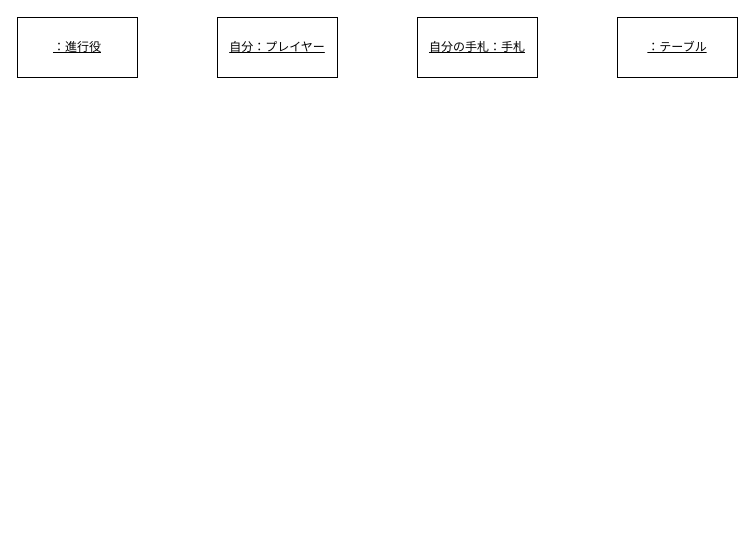
Above: src/Work6/Work6-6.drawio in ucsaeki/naze_java (draw.io), before the change. Source tidied: cells renumbered, new cells numbered last; positions are measured from the earlier drawing's top-left corner, leaving out a move shared by most shapes. Both pictures are drawn from the tidied source at 100%, with x=0, y=0 at pixel (17, 17).
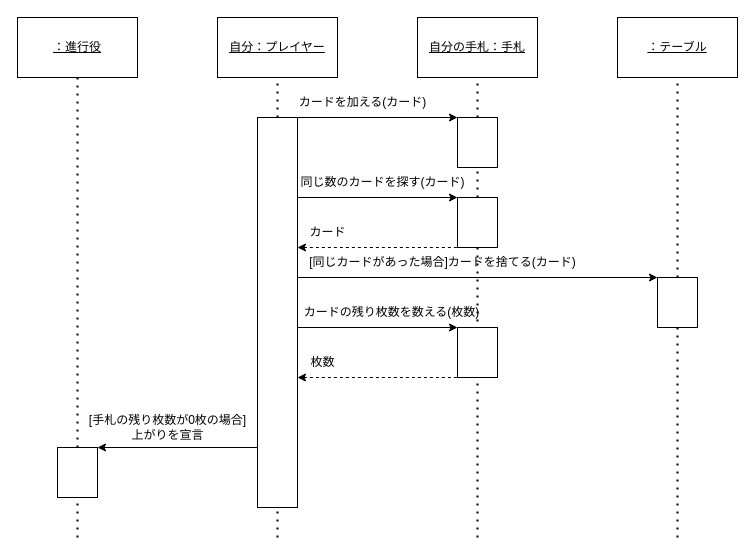
The same diagram, later.

The change refers to these unchanged cells:
```xml
<mxCell id="2" value="：進行役" style="rounded=0;whiteSpace=wrap;html=1;fontStyle=4;" parent="1" vertex="1">
  <mxGeometry width="120" height="60" as="geometry" />
</mxCell>
<mxCell id="3" value="自分：プレイヤー" style="rounded=0;whiteSpace=wrap;html=1;fontStyle=4;" parent="1" vertex="1">
  <mxGeometry x="200" width="120" height="60" as="geometry" />
</mxCell>
<mxCell id="4" value="自分の手札：手札" style="rounded=0;whiteSpace=wrap;html=1;fontStyle=4;" parent="1" vertex="1">
  <mxGeometry x="400" width="120" height="60" as="geometry" />
</mxCell>
<mxCell id="5" value="：テーブル" style="rounded=0;whiteSpace=wrap;html=1;fontStyle=4;" parent="1" vertex="1">
  <mxGeometry x="600" width="120" height="60" as="geometry" />
</mxCell>
```

What changed in the source:
```diff
@@
+    <mxCell id="6" style="endArrow=none;dashed=1;html=1;dashPattern=1 3;strokeWidth=2;rounded=0;" parent="1" edge="1" source="13" target="2">
+      <mxGeometry relative="1" as="geometry" />
+    </mxCell>
+    <mxCell id="7" style="endArrow=none;dashed=1;html=1;dashPattern=1 3;strokeWidth=2;rounded=0;" parent="1" edge="1" source="11" target="3">
+      <mxGeometry relative="1" as="geometry" />
+    </mxCell>
+    <mxCell id="8" style="endArrow=none;dashed=1;html=1;dashPattern=1 3;strokeWidth=2;rounded=0;" parent="1" edge="1" source="16" target="4">
+      <mxGeometry relative="1" as="geometry" />
+    </mxCell>
+    <mxCell id="9" style="endArrow=none;dashed=1;html=1;dashPattern=1 3;strokeWidth=2;rounded=0;" parent="1" edge="1" source="18" target="5">
+      <mxGeometry relative="1" as="geometry" />
+    </mxCell>
+    <mxCell id="10" style="endArrow=none;dashed=1;html=1;dashPattern=1 3;strokeWidth=2;rounded=0;" parent="1" edge="1" target="11">
+      <mxGeometry relative="1" as="geometry">
+        <mxPoint x="260" y="520" as="sourcePoint" />
+      </mxGeometry>
+    </mxCell>
+    <mxCell id="11" style="rounded=0;whiteSpace=wrap;html=1;" parent="1" vertex="1">
+      <mxGeometry x="240" y="100" width="40" height="390" as="geometry" />
+    </mxCell>
+    <mxCell id="12" style="endArrow=none;dashed=1;html=1;dashPattern=1 3;strokeWidth=2;rounded=0;endFill=0;startArrow=none;startFill=0;" parent="1" edge="1" target="13">
+      <mxGeometry relative="1" as="geometry">
+        <mxPoint x="60" y="520" as="sourcePoint" />
+      </mxGeometry>
+    </mxCell>
+    <mxCell id="13" style="rounded=0;whiteSpace=wrap;html=1;" parent="1" vertex="1">
+      <mxGeometry x="40" y="430" width="40" height="50" as="geometry" />
+    </mxCell>
+    <mxCell id="14" style="rounded=0;whiteSpace=wrap;html=1;" parent="1" vertex="1">
+      <mxGeometry x="440" y="100" width="40" height="50" as="geometry" />
+    </mxCell>
+    <mxCell id="15" style="endArrow=none;dashed=1;html=1;dashPattern=1 3;strokeWidth=2;rounded=0;" parent="1" edge="1" target="16">
+      <mxGeometry relative="1" as="geometry">
+        <mxPoint x="460" y="520" as="sourcePoint" />
+      </mxGeometry>
+    </mxCell>
+    <mxCell id="16" style="rounded=0;whiteSpace=wrap;html=1;" parent="1" vertex="1">
+      <mxGeometry x="440" y="180" width="40" height="50" as="geometry" />
+    </mxCell>
+    <mxCell id="17" style="endArrow=none;dashed=1;html=1;dashPattern=1 3;strokeWidth=2;rounded=0;" parent="1" edge="1" target="18">
+      <mxGeometry relative="1" as="geometry">
+        <mxPoint x="660" y="520" as="sourcePoint" />
+      </mxGeometry>
+    </mxCell>
+    <mxCell id="18" style="rounded=0;whiteSpace=wrap;html=1;" parent="1" vertex="1">
+      <mxGeometry x="640" y="260" width="40" height="50" as="geometry" />
+    </mxCell>
+    <mxCell id="19" style="rounded=0;whiteSpace=wrap;html=1;" parent="1" vertex="1">
+      <mxGeometry x="440" y="310" width="40" height="50" as="geometry" />
+    </mxCell>
+    <mxCell id="20" style="endArrow=classic;html=1;rounded=0;entryX=0;entryY=0;entryDx=0;entryDy=0;" parent="1" edge="1" target="14">
+      <mxGeometry relative="1" as="geometry">
+        <mxPoint x="280" y="100" as="sourcePoint" />
+      </mxGeometry>
+    </mxCell>
+    <mxCell id="21" style="endArrow=classic;html=1;rounded=0;entryX=0;entryY=0;entryDx=0;entryDy=0;" parent="1" edge="1">
+      <mxGeometry relative="1" as="geometry">
+        <mxPoint x="280" y="180" as="sourcePoint" />
+        <mxPoint x="440" y="180" as="targetPoint" />
+      </mxGeometry>
+    </mxCell>
+    <mxCell id="22" style="endArrow=classic;html=1;rounded=0;entryX=0;entryY=0;entryDx=0;entryDy=0;" parent="1" edge="1">
+      <mxGeometry relative="1" as="geometry">
+        <mxPoint x="280" y="310" as="sourcePoint" />
+        <mxPoint x="440" y="310" as="targetPoint" />
+      </mxGeometry>
+    </mxCell>
+    <mxCell id="23" style="endArrow=classic;html=1;rounded=0;" parent="1" edge="1">
+      <mxGeometry relative="1" as="geometry">
+        <mxPoint x="280" y="260" as="sourcePoint" />
+        <mxPoint x="640" y="260" as="targetPoint" />
+      </mxGeometry>
+    </mxCell>
+    <mxCell id="24" style="endArrow=none;html=1;rounded=0;entryX=0;entryY=0;entryDx=0;entryDy=0;endFill=0;startArrow=classic;startFill=1;" parent="1" edge="1">
+      <mxGeometry relative="1" as="geometry">
+        <mxPoint x="80" y="430" as="sourcePoint" />
+        <mxPoint x="240" y="430" as="targetPoint" />
+      </mxGeometry>
+    </mxCell>
+    <mxCell id="25" style="endArrow=none;html=1;rounded=0;entryX=0;entryY=0;entryDx=0;entryDy=0;dashed=1;startArrow=classic;startFill=1;endFill=0;" parent="1" edge="1">
+      <mxGeometry relative="1" as="geometry">
+        <mxPoint x="280" y="360" as="sourcePoint" />
+        <mxPoint x="440" y="360" as="targetPoint" />
+      </mxGeometry>
+    </mxCell>
+    <mxCell id="26" style="endArrow=none;html=1;rounded=0;entryX=0;entryY=0;entryDx=0;entryDy=0;dashed=1;startArrow=classic;startFill=1;endFill=0;" parent="1" edge="1">
+      <mxGeometry relative="1" as="geometry">
+        <mxPoint x="280" y="230" as="sourcePoint" />
+        <mxPoint x="440" y="230" as="targetPoint" />
+      </mxGeometry>
+    </mxCell>
+    <mxCell id="27" value="カードを加える(カード)" style="text;html=1;align=center;verticalAlign=middle;strokeColor=none;fillColor=none;" parent="1" vertex="1">
+      <mxGeometry x="270" y="70" width="150" height="30" as="geometry" />
+    </mxCell>
+    <mxCell id="28" value="同じ数のカードを探す(カード)" style="text;html=1;align=center;verticalAlign=middle;strokeColor=none;fillColor=none;" parent="1" vertex="1">
+      <mxGeometry x="270" y="150" width="190" height="30" as="geometry" />
+    </mxCell>
+    <mxCell id="29" value="カード" style="text;html=1;align=center;verticalAlign=middle;strokeColor=none;fillColor=none;" parent="1" vertex="1">
+      <mxGeometry x="280" y="200" width="60" height="30" as="geometry" />
+    </mxCell>
+    <mxCell id="30" value="[同じカードがあった場合]カードを捨てる(カード)" style="text;html=1;align=center;verticalAlign=middle;strokeColor=none;fillColor=none;" parent="1" vertex="1">
+      <mxGeometry x="280" y="230" width="290" height="30" as="geometry" />
+    </mxCell>
+    <mxCell id="31" value="カードの残り枚数を数える(枚数)" style="text;html=1;align=center;verticalAlign=middle;strokeColor=none;fillColor=none;" parent="1" vertex="1">
+      <mxGeometry x="274" y="280" width="200" height="30" as="geometry" />
+    </mxCell>
+    <mxCell id="32" value="枚数" style="text;html=1;align=center;verticalAlign=middle;strokeColor=none;fillColor=none;" parent="1" vertex="1">
+      <mxGeometry x="280" y="330" width="50" height="30" as="geometry" />
+    </mxCell>
+    <mxCell id="33" value="[手札の残り枚数が0枚の場合]&lt;div&gt;上がりを宣言&lt;/div&gt;" style="text;html=1;align=center;verticalAlign=middle;strokeColor=none;fillColor=none;" parent="1" vertex="1">
+      <mxGeometry x="60" y="390" width="180" height="40" as="geometry" />
+    </mxCell>
```
